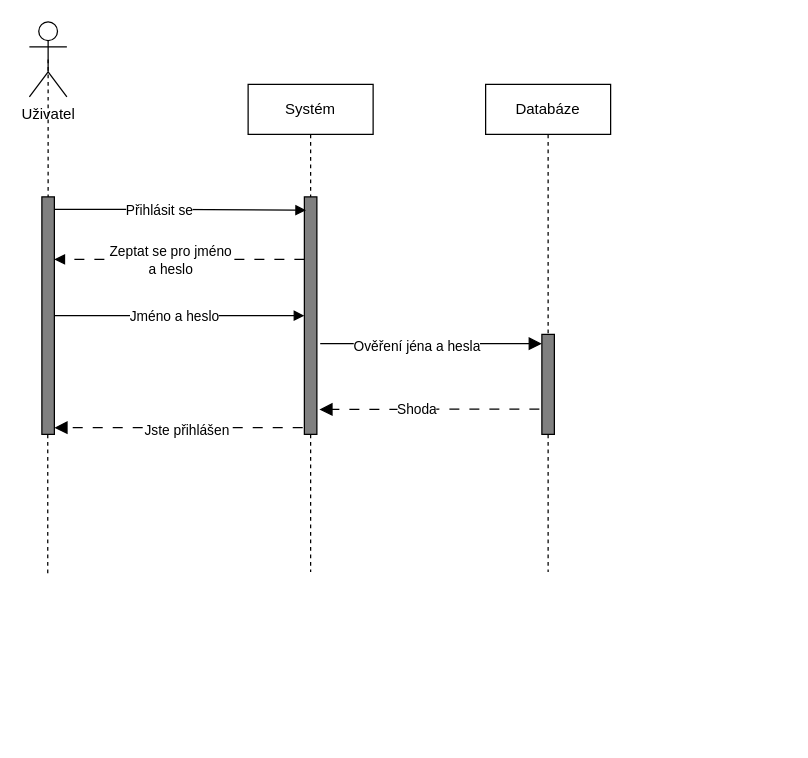
Earlier version of the draw.io diagram page "LogIn" (2 of 11) of IUS/IUS_projekt/Sequence.drawio (dan1235689/Diagrams). Source tidied: cells renumbered, new cells numbered last; positions are measured from the earlier drawing's top-left corner, leaving out a move shared by most shapes. Both pictures are drawn from the tidied source at 125%, with x=0, y=0 at pixel (29, 21).
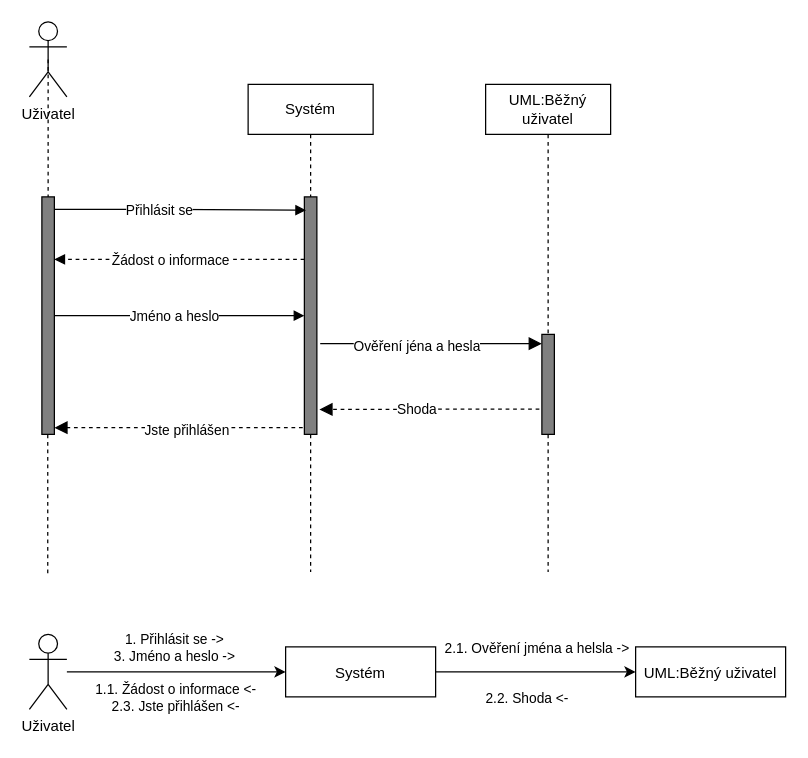
The same diagram, later.

Unchanged cells that the change refers to:
```xml
<mxCell id="3" style="html=1;points=[];perimeter=orthogonalPerimeter;fillColor=#808080;" parent="2" vertex="1">
  <mxGeometry x="45" y="90" width="10" height="190" as="geometry" />
</mxCell>
<mxCell id="9" style="html=1;points=[];perimeter=orthogonalPerimeter;fillColor=#808080;" parent="1" vertex="1">
  <mxGeometry x="10" y="140" width="10" height="190" as="geometry" />
</mxCell>
<mxCell id="15" style="html=1;points=[];perimeter=orthogonalPerimeter;fillColor=#808080;" parent="14" vertex="1">
  <mxGeometry x="45" y="200" width="10" height="80" as="geometry" />
</mxCell>
```

Diff of the diagram source:
```diff
@@
-    <mxCell id="12" style="html=1;verticalAlign=bottom;labelBackgroundColor=none;endArrow=block;endFill=1;dashed=1;dashPattern=8 8;" parent="1" edge="1" source="3" target="9">
+    <mxCell id="12" style="html=1;verticalAlign=bottom;labelBackgroundColor=none;endArrow=block;endFill=1;dashed=1;" parent="1" edge="1" source="3" target="9">
       <mxGeometry relative="1" as="geometry">
         <Array as="points">
           <mxPoint x="115" y="190" />
         </Array>
       </mxGeometry>
     </mxCell>
-    <mxCell id="13" value="Zeptat se pro jméno&lt;br&gt;a heslo" style="edgeLabel;html=1;align=center;verticalAlign=middle;" parent="12" vertex="1">
+    <mxCell id="13" value="Žádost o informace" style="edgeLabel;html=1;align=center;verticalAlign=middle;" parent="12" vertex="1">
       <mxGeometry x="0.23" y="-1" relative="1" as="geometry">
         <mxPoint x="15" y="1" as="offset" />
       </mxGeometry>
     </mxCell>
-    <mxCell id="14" value="Databáze" style="shape=umlLifeline;perimeter=lifelinePerimeter;whiteSpace=wrap;html=1;" parent="1" vertex="1">
+    <mxCell id="14" value="&lt;span style=&quot;&quot;&gt;UML:Běžný uživatel&lt;/span&gt;" style="shape=umlLifeline;perimeter=lifelinePerimeter;whiteSpace=wrap;html=1;" parent="1" vertex="1">
       <mxGeometry x="365" y="50" width="100" height="390" as="geometry" />
     </mxCell>
@@
-    <mxCell id="18" style="endArrow=block;startArrow=none;endFill=1;startFill=0;endSize=8;html=1;verticalAlign=bottom;dashed=1;labelBackgroundColor=none;exitX=-0.2;exitY=0.747;exitDx=0;exitDy=0;exitPerimeter=0;dashPattern=8 8;entryX=1.2;entryY=0.895;entryDx=0;entryDy=0;entryPerimeter=0;" parent="1" edge="1" source="15" target="3">
+    <mxCell id="18" style="endArrow=block;startArrow=none;endFill=1;startFill=0;endSize=8;html=1;verticalAlign=bottom;dashed=1;labelBackgroundColor=none;exitX=-0.2;exitY=0.747;exitDx=0;exitDy=0;exitPerimeter=0;entryX=1.2;entryY=0.895;entryDx=0;entryDy=0;entryPerimeter=0;" parent="1" edge="1" source="15" target="3">
       <mxGeometry relative="1" as="geometry" />
     </mxCell>
@@
-    <mxCell id="20" style="endArrow=block;startArrow=none;endFill=1;startFill=0;endSize=8;html=1;verticalAlign=bottom;dashed=1;labelBackgroundColor=none;exitX=-0.133;exitY=0.972;exitDx=0;exitDy=0;exitPerimeter=0;dashPattern=8 8;" parent="1" edge="1" source="3" target="9">
+    <mxCell id="20" style="endArrow=block;startArrow=none;endFill=1;startFill=0;endSize=8;html=1;verticalAlign=bottom;dashed=1;labelBackgroundColor=none;exitX=-0.133;exitY=0.972;exitDx=0;exitDy=0;exitPerimeter=0;" parent="1" edge="1" source="3" target="9">
       <mxGeometry relative="1" as="geometry" />
     </mxCell>
@@
+    <mxCell id="23" style="edgeStyle=none;html=1;exitX=0.5;exitY=0.5;exitDx=0;exitDy=0;exitPerimeter=0;dashed=1;dashPattern=8 8;endArrow=none;endFill=0;startArrow=none;" parent="1" edge="1">
+      <mxGeometry relative="1" as="geometry">
+        <mxPoint x="15" y="440" as="sourcePoint" />
+        <mxPoint x="15" y="440" as="targetPoint" />
+      </mxGeometry>
+    </mxCell>
+    <mxCell id="24" style="edgeStyle=none;html=1;exitX=1;exitY=0.5;exitDx=0;exitDy=0;startArrow=none;startFill=0;endArrow=classic;endFill=1;" parent="1" edge="1" source="27" target="28">
+      <mxGeometry relative="1" as="geometry" />
+    </mxCell>
+    <mxCell id="25" value="2.1. Ověření jména a helsla -&amp;gt;" style="edgeLabel;html=1;align=center;verticalAlign=middle;" parent="24" vertex="1">
+      <mxGeometry x="-0.35" y="-1" relative="1" as="geometry">
+        <mxPoint x="28" y="-21" as="offset" />
+      </mxGeometry>
+    </mxCell>
+    <mxCell id="26" value="2.2. Shoda &amp;lt;-" style="edgeLabel;html=1;align=center;verticalAlign=middle;" parent="24" vertex="1">
+      <mxGeometry x="-0.1" y="-1" relative="1" as="geometry">
+        <mxPoint y="19" as="offset" />
+      </mxGeometry>
+    </mxCell>
+    <mxCell id="27" value="Systém" style="fontStyle=0;" parent="1" vertex="1">
+      <mxGeometry x="205" y="500" width="120" height="40" as="geometry" />
+    </mxCell>
+    <mxCell id="28" value="UML:Běžný uživatel" style="fontStyle=0;" parent="1" vertex="1">
+      <mxGeometry x="485" y="500" width="120" height="40" as="geometry" />
+    </mxCell>
+    <mxCell id="29" style="edgeStyle=none;html=1;" parent="1" edge="1" source="32" target="27">
+      <mxGeometry relative="1" as="geometry" />
+    </mxCell>
+    <mxCell id="30" value="1. Přihlásit se -&amp;gt;&lt;br&gt;3. Jméno a heslo -&amp;gt;" style="edgeLabel;html=1;align=center;verticalAlign=middle;" parent="29" vertex="1">
+      <mxGeometry x="-0.11" y="1" relative="1" as="geometry">
+        <mxPoint x="7" y="-19" as="offset" />
+      </mxGeometry>
+    </mxCell>
+    <mxCell id="31" value="1.1. Žádost o informace &amp;lt;-&lt;br&gt;2.3. Jste přihlášen &amp;lt;-" style="edgeLabel;html=1;align=center;verticalAlign=middle;" parent="29" vertex="1">
+      <mxGeometry x="-0.26" y="-1" relative="1" as="geometry">
+        <mxPoint x="21" y="19" as="offset" />
+      </mxGeometry>
+    </mxCell>
+    <mxCell id="32" value="Uživatel" style="shape=umlActor;verticalLabelPosition=bottom;verticalAlign=top;html=1;" parent="1" vertex="1">
+      <mxGeometry y="490" width="30" height="60" as="geometry" />
+    </mxCell>
```
